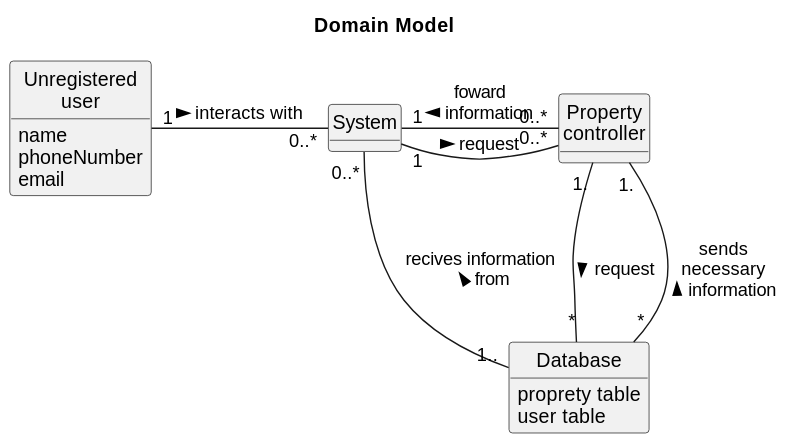
Rodrick0209/ISEP-LAPR2-22-23 keeps this PlantUML diagram as docs/Sprint-B/US001/02.analysis/svg/us001-domain-model.svg. Above is the earlier version.
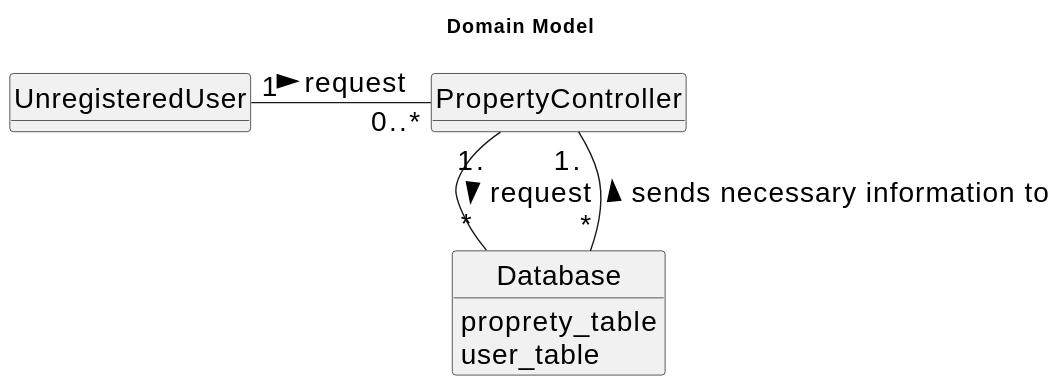
The same diagram one commit later.

The edit, as a diff of the source:
```diff
@@ -1,4 +1,5 @@
 @startuml
+skinparamlocked defaultFontSize 20
 skinparam monochrome true
 skinparam packageStyle rectangle
 skinparam shadowing false
@@ -10,25 +11,15 @@
 
 title Domain Model
 
-class System {
-
+class Database {
+    proprety_table
+    user_table
 }
 
-class Database {
-    proprety table
-    user table
+class UnregisteredUser {
 }
 
-class Unregistered\nuser {
-    name
-    phoneNumber
-    email
-}
-
-System "1" - "0..*" Property\ncontroller : request >
-System "1" - "0..*" Property\ncontroller : foward\ninformation <
-Database "1.." - "0..*" System: recives information \nfrom >
-Unregistered\nuser "1" - "0..*" System: interacts with >
-Property\ncontroller "1." -- "*" Database : request >
-Property\ncontroller "1." -- "*" Database : sends\nnecessary\ninformation <
+UnregisteredUser "1" - "0..*" PropertyController : request >
+PropertyController "1." -- "*" Database : request >
+PropertyController "1." -- "*" Database : sends necessary information to <
 @enduml
```
